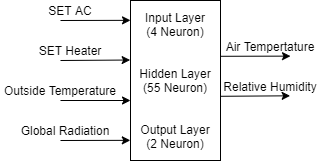
Before: Latex/figures/NNPlantModelDesign.png, a diagram exported from draw.io (ridhanf/Penulisan-Skripsi). Source tidied: cells renumbered, new cells last; positions are measured from the earlier drawing's top-left corner, leaving out a move shared by most shapes.
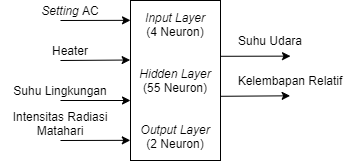
Later version of the same file.

The edit, as a diff of the source:
```diff
@@ -2,7 +2,7 @@
   <root>
     <mxCell id="0" />
     <mxCell id="1" parent="0" />
-    <mxCell id="2" value="Input Layer&lt;br&gt;(4 Neuron)&lt;br&gt;&lt;br&gt;&lt;br&gt;Hidden Layer&lt;br&gt;(55 Neuron)&lt;br&gt;&lt;br&gt;&lt;br&gt;Output Layer&lt;br&gt;(2 Neuron)" style="rounded=0;whiteSpace=wrap;html=1;" parent="1" vertex="1">
+    <mxCell id="2" value="&lt;i&gt;Input Layer&lt;/i&gt;&lt;br&gt;(4 Neuron)&lt;br&gt;&lt;br&gt;&lt;br&gt;&lt;i&gt;Hidden Layer&lt;br&gt;&lt;/i&gt;(55 Neuron)&lt;br&gt;&lt;br&gt;&lt;br&gt;&lt;i&gt;Output Layer&lt;/i&gt;&lt;br&gt;(2 Neuron)" style="rounded=0;whiteSpace=wrap;html=1;" parent="1" vertex="1">
       <mxGeometry x="130" width="90" height="160" as="geometry" />
     </mxCell>
     <mxCell id="3" style="endArrow=classic;html=1;entryX=0;entryY=0.124;entryDx=0;entryDy=0;entryPerimeter=0;" parent="1" edge="1" target="2">
@@ -37,23 +37,23 @@
         <mxPoint x="289.6" y="95.3" as="targetPoint" />
       </mxGeometry>
     </mxCell>
-    <mxCell id="9" value="Outside Temperature" style="text;html=1;strokeColor=none;fillColor=none;align=center;verticalAlign=middle;whiteSpace=wrap;rounded=0;" parent="1" vertex="1">
+    <mxCell id="9" value="Suhu Lingkungan" style="text;html=1;strokeColor=none;fillColor=none;align=center;verticalAlign=middle;whiteSpace=wrap;rounded=0;" parent="1" vertex="1">
       <mxGeometry y="80" width="120" height="20" as="geometry" />
     </mxCell>
-    <mxCell id="10" value="Global Radiation" style="text;html=1;strokeColor=none;fillColor=none;align=center;verticalAlign=middle;whiteSpace=wrap;rounded=0;" parent="1" vertex="1">
-      <mxGeometry x="10" y="120" width="110" height="20" as="geometry" />
+    <mxCell id="10" value="Intensitas Radiasi Matahari" style="text;html=1;strokeColor=none;fillColor=none;align=center;verticalAlign=middle;whiteSpace=wrap;rounded=0;" parent="1" vertex="1">
+      <mxGeometry x="5" y="112.5" width="110" height="20" as="geometry" />
     </mxCell>
-    <mxCell id="11" value="SET AC" style="text;html=1;strokeColor=none;fillColor=none;align=center;verticalAlign=middle;whiteSpace=wrap;rounded=0;" parent="1" vertex="1">
+    <mxCell id="11" value="&lt;i&gt;Setting&lt;/i&gt; AC" style="text;html=1;strokeColor=none;fillColor=none;align=center;verticalAlign=middle;whiteSpace=wrap;rounded=0;" parent="1" vertex="1">
       <mxGeometry x="20" width="100" height="20" as="geometry" />
     </mxCell>
-    <mxCell id="12" value="SET Heater" style="text;html=1;strokeColor=none;fillColor=none;align=center;verticalAlign=middle;whiteSpace=wrap;rounded=0;" parent="1" vertex="1">
+    <mxCell id="12" value="Heater" style="text;html=1;strokeColor=none;fillColor=none;align=center;verticalAlign=middle;whiteSpace=wrap;rounded=0;" parent="1" vertex="1">
       <mxGeometry x="20" y="40" width="100" height="20" as="geometry" />
     </mxCell>
-    <mxCell id="13" value="Air Tempertature" style="text;html=1;strokeColor=none;fillColor=none;align=center;verticalAlign=middle;whiteSpace=wrap;rounded=0;" parent="1" vertex="1">
-      <mxGeometry x="220" y="36" width="100" height="20" as="geometry" />
+    <mxCell id="13" value="Suhu Udara" style="text;html=1;strokeColor=none;fillColor=none;align=center;verticalAlign=middle;whiteSpace=wrap;rounded=0;" parent="1" vertex="1">
+      <mxGeometry x="220" y="29.5" width="100" height="20" as="geometry" />
     </mxCell>
-    <mxCell id="14" value="Relative Humidity" style="text;html=1;strokeColor=none;fillColor=none;align=center;verticalAlign=middle;whiteSpace=wrap;rounded=0;" parent="1" vertex="1">
-      <mxGeometry x="220" y="76" width="100" height="20" as="geometry" />
+    <mxCell id="14" value="Kelembapan Relatif" style="text;html=1;strokeColor=none;fillColor=none;align=center;verticalAlign=middle;whiteSpace=wrap;rounded=0;" parent="1" vertex="1">
+      <mxGeometry x="235" y="70" width="110" height="20" as="geometry" />
     </mxCell>
   </root>
 </mxGraphModel>
```
